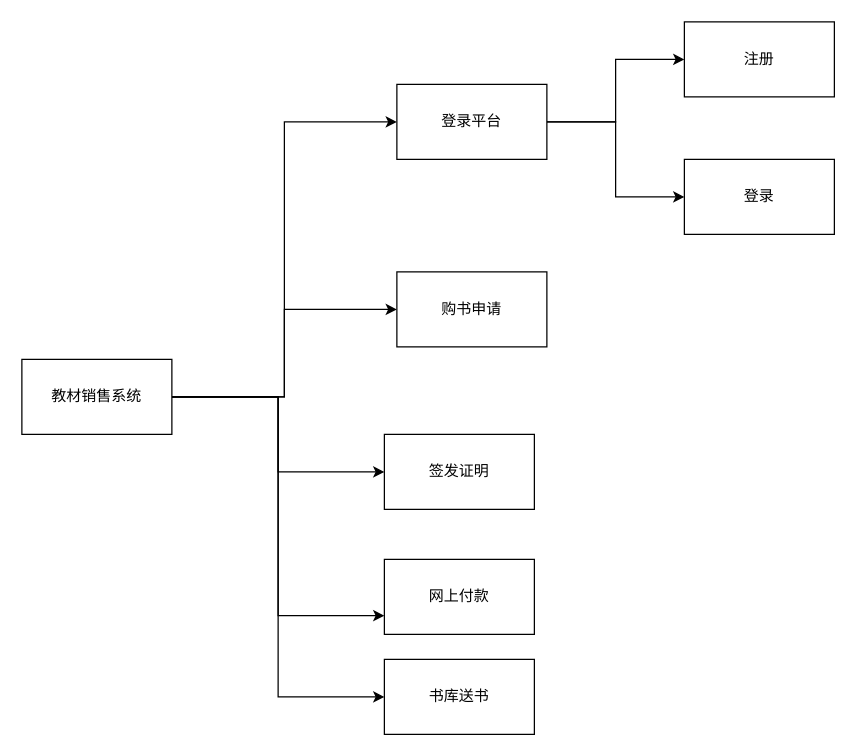
Earlier version of the draw.io diagram 教材销售系统6.drawio (heibaike123/-). Source tidied: cells renumbered, new cells numbered last; positions are measured from the earlier drawing's top-left corner, leaving out a move shared by most shapes. Both pictures are drawn from the tidied source at 125%, with x=0, y=0 at pixel (21, 21).
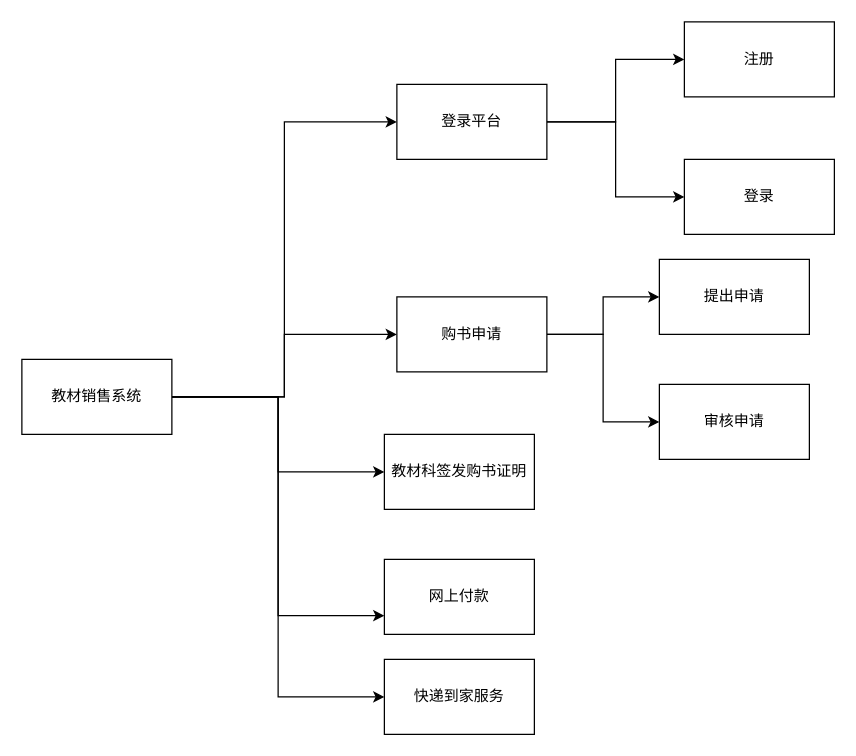
The same diagram, later.

Commit message:
更新教材销售系统6.drawio

The change refers to these unchanged cells:
```xml
<mxCell id="7" value="教材销售系统" style="rounded=0;whiteSpace=wrap;html=1;" parent="1" vertex="1">
  <mxGeometry y="270" width="120" height="60" as="geometry" />
</mxCell>
<mxCell id="10" value="登录平台" style="whiteSpace=wrap;html=1;rounded=0;" parent="1" vertex="1">
  <mxGeometry x="300" y="50" width="120" height="60" as="geometry" />
</mxCell>
```

The edit, as a diff of the source:
```diff
@@
     <mxCell id="3" style="edgeStyle=orthogonalEdgeStyle;rounded=0;jettySize=auto;html=1;entryX=0;entryY=0.5;entryDx=0;entryDy=0;" parent="1" edge="1" source="7" target="10">
-      <mxGeometry relative="1" as="geometry" />
+      <mxGeometry relative="1" as="geometry">
+        <Array as="points">
+          <mxPoint x="210" y="300" />
+          <mxPoint x="210" y="80" />
+        </Array>
+      </mxGeometry>
     </mxCell>
@@
+    <mxCell id="18" style="edgeStyle=orthogonalEdgeStyle;rounded=0;jettySize=auto;html=1;entryX=0;entryY=0.5;entryDx=0;entryDy=0;" parent="1" edge="1" source="11" target="20">
+      <mxGeometry relative="1" as="geometry" />
+    </mxCell>
+    <mxCell id="19" style="edgeStyle=orthogonalEdgeStyle;rounded=0;jettySize=auto;html=1;entryX=0;entryY=0.5;entryDx=0;entryDy=0;" parent="1" edge="1" source="11" target="21">
+      <mxGeometry relative="1" as="geometry" />
+    </mxCell>
     <mxCell id="11" value="购书申请" style="whiteSpace=wrap;html=1;rounded=0;" parent="1" vertex="1">
-      <mxGeometry x="300" y="200" width="120" height="60" as="geometry" />
+      <mxGeometry x="300" y="220" width="120" height="60" as="geometry" />
     </mxCell>
@@
-    <mxCell id="14" value="签发证明" style="rounded=0;whiteSpace=wrap;html=1;" parent="1" vertex="1">
+    <mxCell id="14" value="教材科签发购书证明" style="rounded=0;whiteSpace=wrap;html=1;" parent="1" vertex="1">
       <mxGeometry x="290" y="330" width="120" height="60" as="geometry" />
     </mxCell>
@@
-    <mxCell id="16" value="书库送书" style="rounded=0;whiteSpace=wrap;html=1;" parent="1" vertex="1">
+    <mxCell id="16" value="快递到家服务" style="rounded=0;whiteSpace=wrap;html=1;" parent="1" vertex="1">
       <mxGeometry x="290" y="510" width="120" height="60" as="geometry" />
     </mxCell>
@@
+    <mxCell id="20" value="提出申请" style="whiteSpace=wrap;html=1;rounded=0;" parent="1" vertex="1">
+      <mxGeometry x="510" y="190" width="120" height="60" as="geometry" />
+    </mxCell>
+    <mxCell id="21" value="审核申请" style="whiteSpace=wrap;html=1;rounded=0;" parent="1" vertex="1">
+      <mxGeometry x="510" y="290" width="120" height="60" as="geometry" />
+    </mxCell>
```
